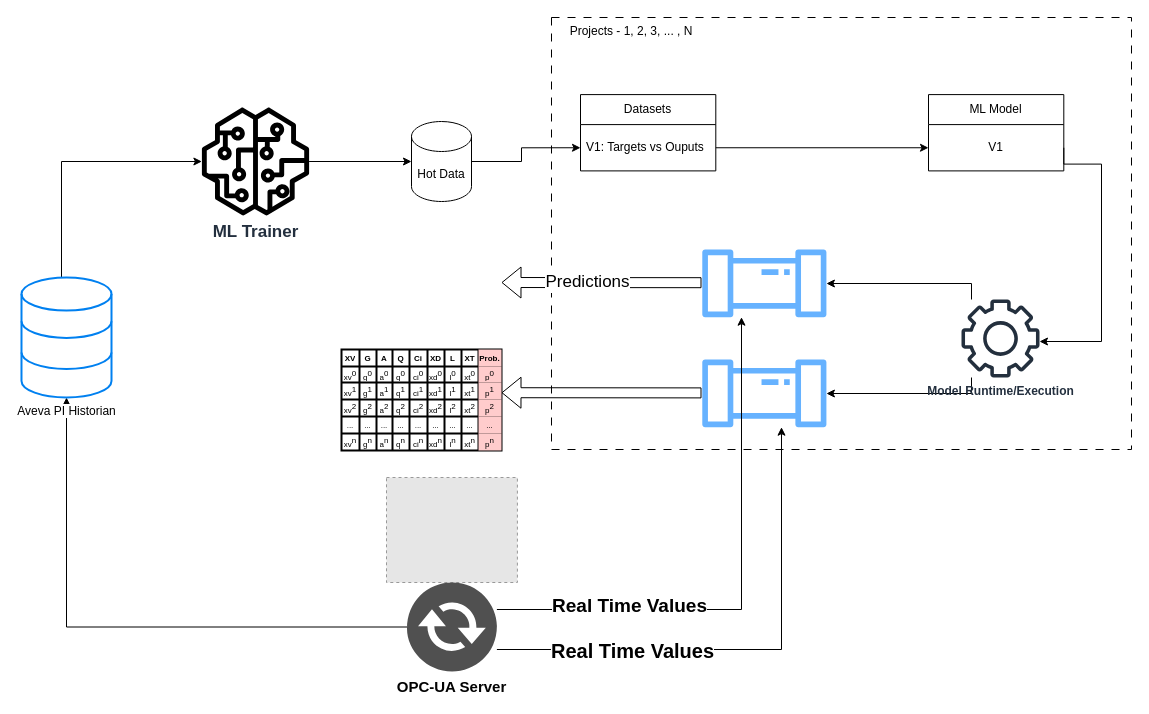
sauerBT/PersonalRepo keeps this draw.io diagram as page "Data Capture/Datasets_01" (2 of 4) of Untitled Diagram.drawio. Above is the earlier version. Source tidied: cells renumbered, new cells numbered last; positions are measured from the earlier drawing's top-left corner, leaving out a move shared by most shapes. Both pictures are drawn from the tidied source at 100%, with x=0, y=0 at pixel (21, 17). Pictures stored in the file or linked from it are replaced by grey dashed boxes.
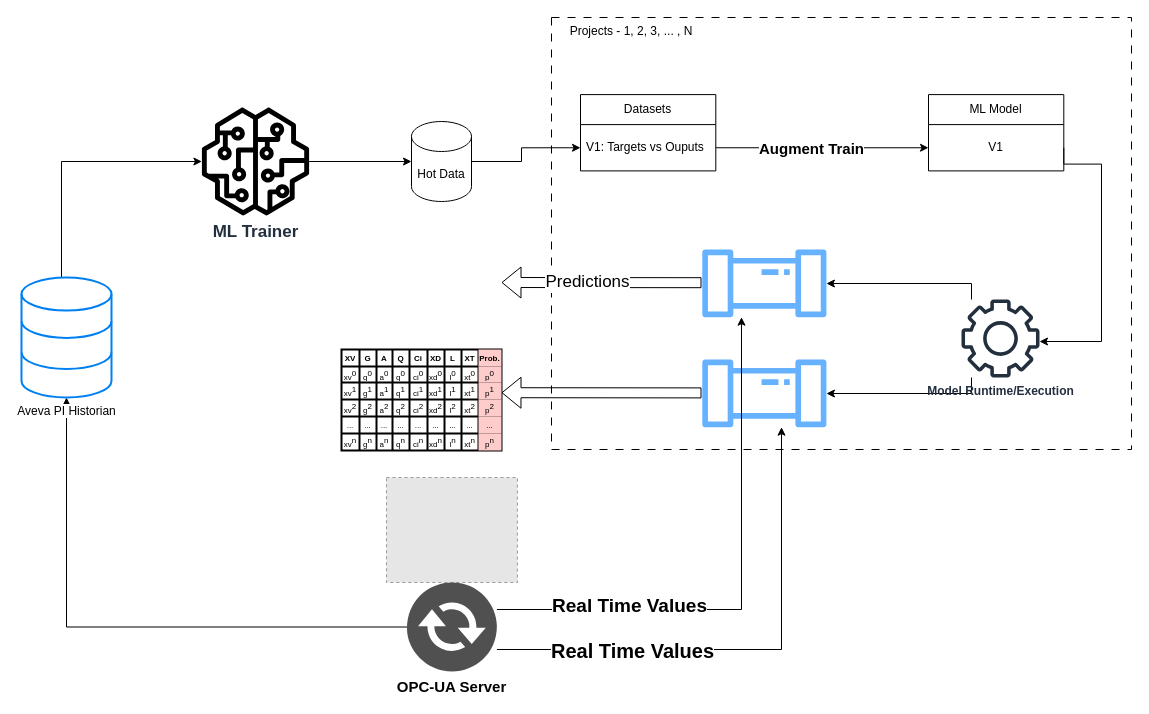
After the change.

Unchanged cells that the change refers to:
```xml
<mxCell id="14" style="edgeStyle=none;rounded=0;jettySize=auto;html=1;exitX=1;exitY=0.5;exitDx=0;exitDy=0;entryX=0;entryY=0.5;entryDx=0;entryDy=0;flowAnimation=1;" parent="13" edge="1" source="16" target="18">
  <mxGeometry relative="1" as="geometry" />
</mxCell>
```

The edit, as a diff of the source:
```diff
@@
+    <mxCell id="91" value="Augment Train" style="edgeLabel;html=1;align=center;verticalAlign=middle;fontStyle=1;fontSize=15;" parent="14" vertex="1">
+      <mxGeometry x="0.18" y="-2" relative="1" as="geometry">
+        <mxPoint x="-30" y="-2" as="offset" />
+      </mxGeometry>
+    </mxCell>
```
